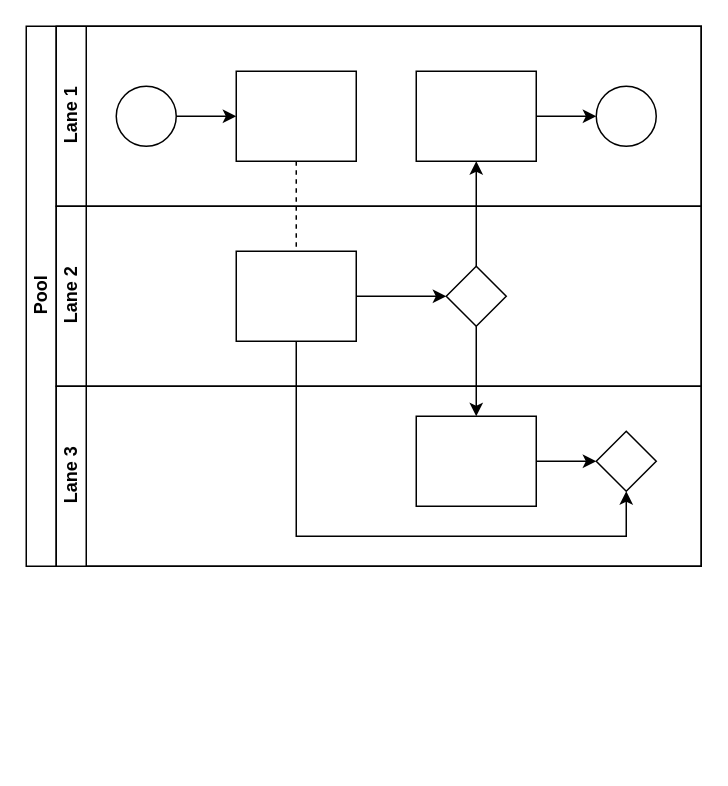
The draw.io diagram 未命名绘图.drawio in payshangjj/ansible-shell, before the edit. Source tidied: cells renumbered, new cells numbered last; positions are measured from the earlier drawing's top-left corner, leaving out a move shared by most shapes. Both pictures are drawn from the tidied source at 150%, with x=0, y=0 at pixel (26, 26).
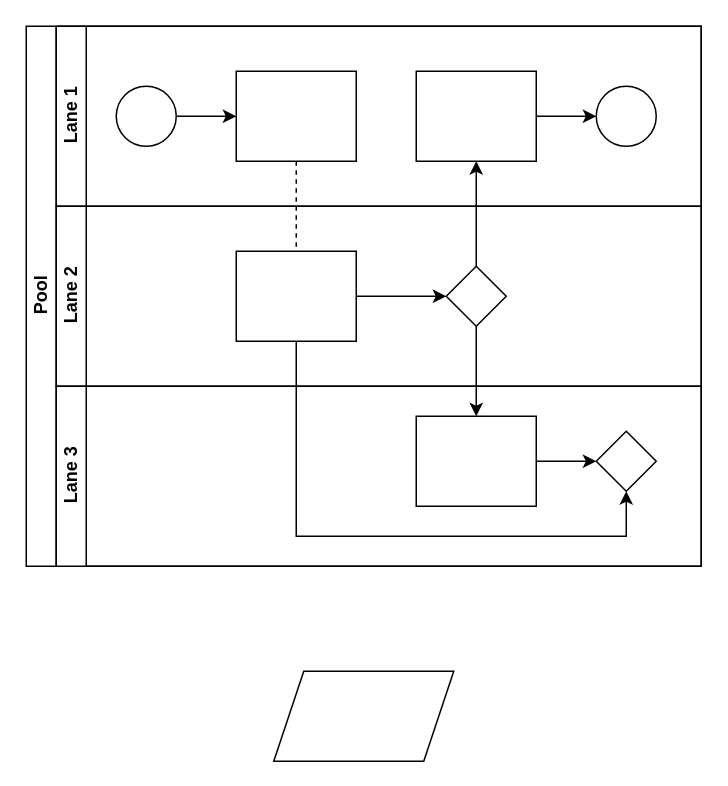
The same diagram, later.

Commit message:
更新未命名绘图.drawio

Change to the diagram source:
```diff
@@
+    <mxCell id="22" style="shape=parallelogram;perimeter=parallelogramPerimeter;whiteSpace=wrap;html=1;fixedSize=1;" parent="1" vertex="1">
+      <mxGeometry x="165" y="430" width="120" height="60" as="geometry" />
+    </mxCell>
```
